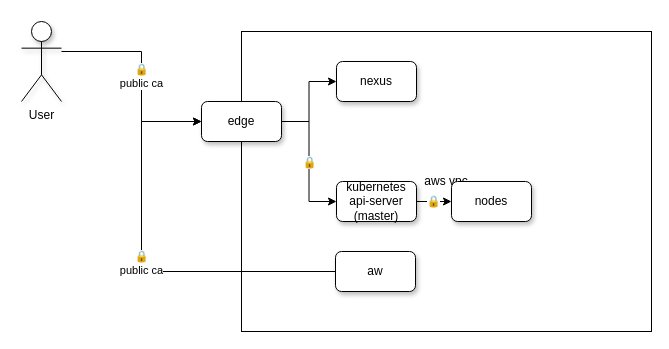
Above: infrastructure.drawio in belenot/infrastructure (draw.io), before the change. Source tidied: cells renumbered, new cells numbered last; positions are measured from the earlier drawing's top-left corner, leaving out a move shared by most shapes. Both pictures are drawn from the tidied source at 100%, with x=0, y=0 at pixel (21, 21).
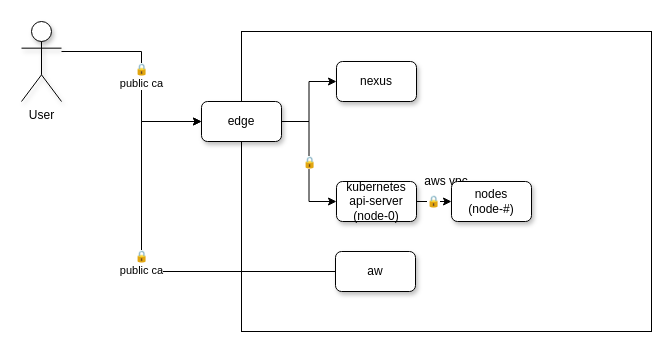
Above is the later version.

Diff of the diagram source:
```diff
@@
 <mxGraphModel>
   <root>
     <mxCell id="0" />
     <mxCell id="1" parent="0" />
     <mxCell id="2" value="🔒&lt;br&gt;public ca" style="edgeStyle=orthogonalEdgeStyle;rounded=0;jettySize=auto;html=1;entryX=0;entryY=0.5;entryDx=0;entryDy=0;" parent="1" edge="1" source="3" target="5">
       <mxGeometry relative="1" as="geometry">
         <Array as="points">
           <mxPoint x="120" y="30" />
           <mxPoint x="120" y="100" />
         </Array>
       </mxGeometry>
     </mxCell>
     <mxCell id="3" value="User" style="shape=umlActor;verticalLabelPosition=bottom;verticalAlign=top;html=1;outlineConnect=0;shadow=1;" parent="1" vertex="1">
       <mxGeometry width="40" height="80" as="geometry" />
     </mxCell>
     <mxCell id="4" value="aws vpc" style="rounded=0;whiteSpace=wrap;html=1;shadow=0;" parent="1" vertex="1">
       <mxGeometry x="220" y="10" width="410" height="300" as="geometry" />
     </mxCell>
     <mxCell id="5" value="edge&lt;br&gt;" style="rounded=1;whiteSpace=wrap;html=1;shadow=1;" parent="4" vertex="1">
       <mxGeometry x="-40" y="70" width="80" height="40" as="geometry" />
     </mxCell>
     <mxCell id="6" value="nexus" style="rounded=1;whiteSpace=wrap;html=1;shadow=1;" parent="4" vertex="1">
       <mxGeometry x="95" y="30" width="80" height="40" as="geometry" />
     </mxCell>
     <mxCell id="7" style="edgeStyle=orthogonalEdgeStyle;rounded=0;jettySize=auto;html=1;" parent="4" edge="1" source="5" target="6">
       <mxGeometry relative="1" as="geometry" />
     </mxCell>
     <mxCell id="8" value="🔒" style="edgeStyle=orthogonalEdgeStyle;rounded=0;jettySize=auto;html=1;entryX=0;entryY=0.5;entryDx=0;entryDy=0;" parent="4" edge="1" source="5" target="11">
       <mxGeometry relative="1" as="geometry" />
     </mxCell>
     <mxCell id="9" value="&lt;span style=&quot;color: rgb(0, 0, 0); font-family: helvetica; font-size: 11px; font-style: normal; font-weight: 400; letter-spacing: normal; text-align: center; text-indent: 0px; text-transform: none; word-spacing: 0px; background-color: rgb(255, 255, 255); display: inline; float: none;&quot;&gt;🔒&lt;/span&gt;" style="edgeStyle=orthogonalEdgeStyle;rounded=0;jettySize=auto;html=1;" parent="4" edge="1" source="11" target="12">
       <mxGeometry relative="1" as="geometry" />
     </mxCell>
     <mxCell id="10" style="edgeLabel;html=1;align=center;verticalAlign=middle;" parent="9" vertex="1">
       <mxGeometry x="-0.38" y="-1" relative="1" as="geometry" />
     </mxCell>
-    <mxCell id="11" value="kubernetes&lt;br&gt;api-server&lt;br&gt;(master)" style="rounded=1;whiteSpace=wrap;html=1;shadow=1;sketch=0;" parent="4" vertex="1">
+    <mxCell id="11" value="kubernetes&lt;br&gt;api-server&lt;br&gt;(node-0)" style="rounded=1;whiteSpace=wrap;html=1;shadow=1;sketch=0;" parent="4" vertex="1">
       <mxGeometry x="95" y="150" width="80" height="40" as="geometry" />
     </mxCell>
-    <mxCell id="12" value="nodes" style="rounded=1;whiteSpace=wrap;html=1;sketch=0;glass=0;shadow=1;" parent="4" vertex="1">
+    <mxCell id="12" value="nodes&lt;br&gt;(node-#)" style="rounded=1;whiteSpace=wrap;html=1;sketch=0;glass=0;shadow=1;" parent="4" vertex="1">
       <mxGeometry x="210" y="150" width="80" height="40" as="geometry" />
     </mxCell>
     <mxCell id="13" value="🔒&lt;br&gt;public ca" style="edgeStyle=orthogonalEdgeStyle;rounded=0;jettySize=auto;html=1;entryX=0;entryY=0.5;entryDx=0;entryDy=0;" parent="1" edge="1" source="14" target="5">
       <mxGeometry relative="1" as="geometry">
         <Array as="points">
           <mxPoint x="120" y="250" />
           <mxPoint x="120" y="100" />
         </Array>
       </mxGeometry>
     </mxCell>
     <mxCell id="14" value="aw" style="rounded=1;whiteSpace=wrap;html=1;shadow=1;" parent="1" vertex="1">
       <mxGeometry x="314" y="230" width="80" height="40" as="geometry" />
     </mxCell>
   </root>
 </mxGraphModel>
```
